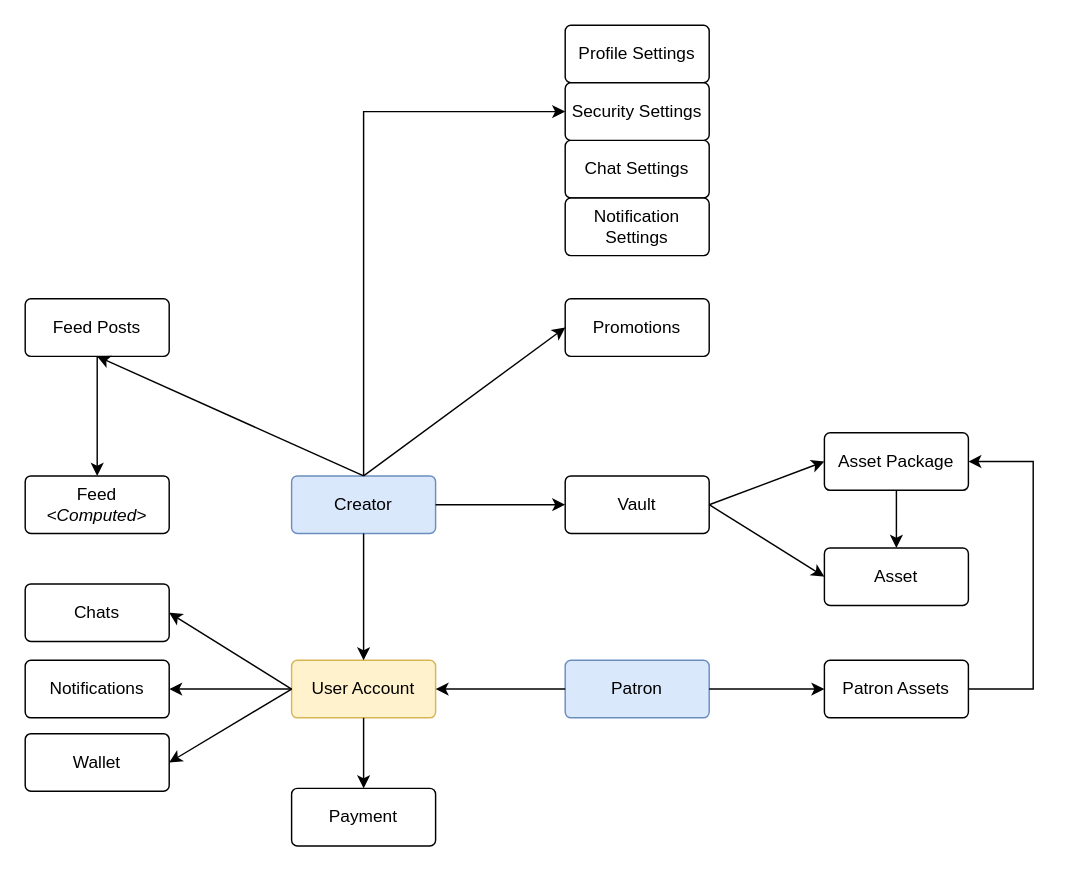
This is page "ERD" (2 of 4) of Documentation/High-Level Architecture.drawio from conradcreel/onlysats, a draw.io file, before an edit. Source tidied: cells renumbered, new cells numbered last; positions are measured from the earlier drawing's top-left corner, leaving out a move shared by most shapes. Both pictures are drawn from the tidied source at 144%, with x=0, y=0 at pixel (24, 24).
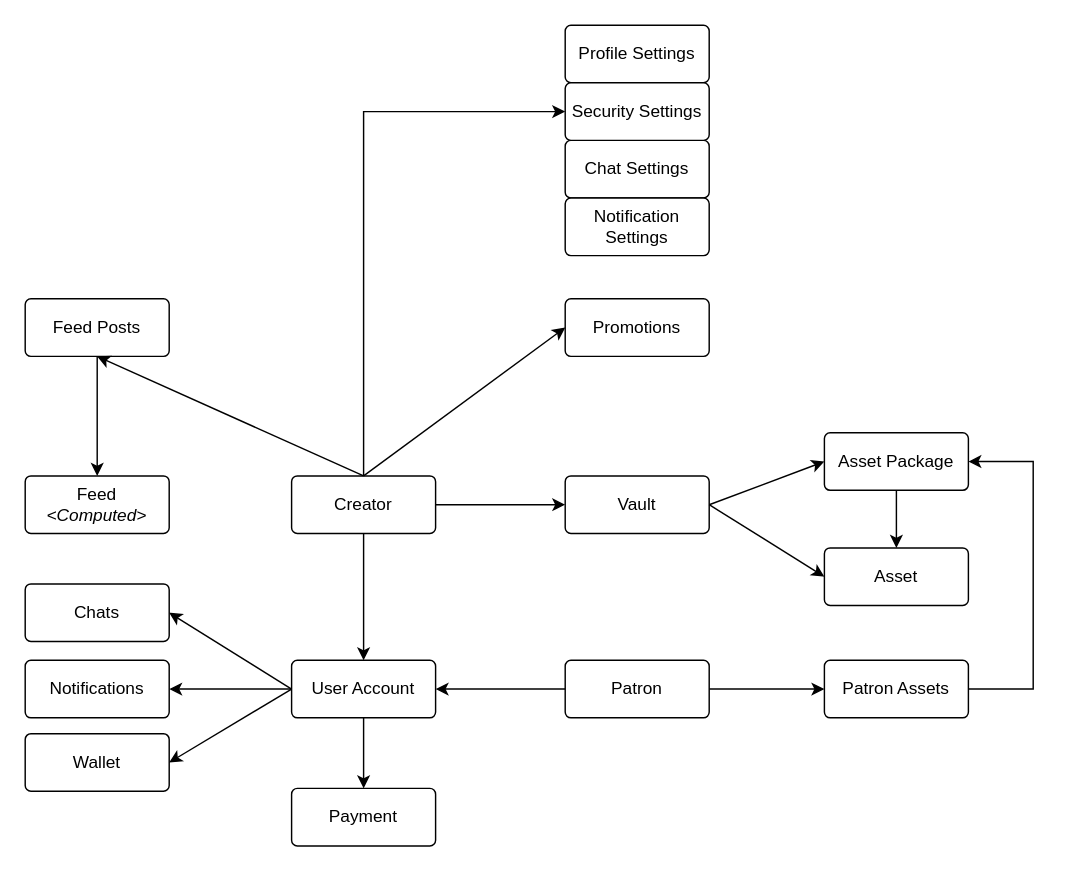
After the change.

Commit message:
Removed color coding from ERD

The edit, as a diff of the source:
```diff
@@
-    <mxCell id="4" value="Creator" style="rounded=1;arcSize=10;whiteSpace=wrap;html=1;align=center;fillColor=#dae8fc;strokeColor=#6c8ebf;" parent="1" vertex="1">
+    <mxCell id="4" value="Creator" style="rounded=1;arcSize=10;whiteSpace=wrap;html=1;align=center;" parent="1" vertex="1">
       <mxGeometry x="185" y="313" width="100" height="40" as="geometry" />
     </mxCell>
@@
-    <mxCell id="11" value="Patron" style="rounded=1;arcSize=10;whiteSpace=wrap;html=1;align=center;fillColor=#dae8fc;strokeColor=#6c8ebf;" parent="1" vertex="1">
+    <mxCell id="11" value="Patron" style="rounded=1;arcSize=10;whiteSpace=wrap;html=1;align=center;" parent="1" vertex="1">
       <mxGeometry x="375" y="441" width="100" height="40" as="geometry" />
     </mxCell>
@@
-    <mxCell id="14" value="User Account" style="rounded=1;arcSize=10;whiteSpace=wrap;html=1;align=center;fillColor=#fff2cc;strokeColor=#d6b656;" parent="1" vertex="1">
+    <mxCell id="14" value="User Account" style="rounded=1;arcSize=10;whiteSpace=wrap;html=1;align=center;" parent="1" vertex="1">
       <mxGeometry x="185" y="441" width="100" height="40" as="geometry" />
     </mxCell>
```
